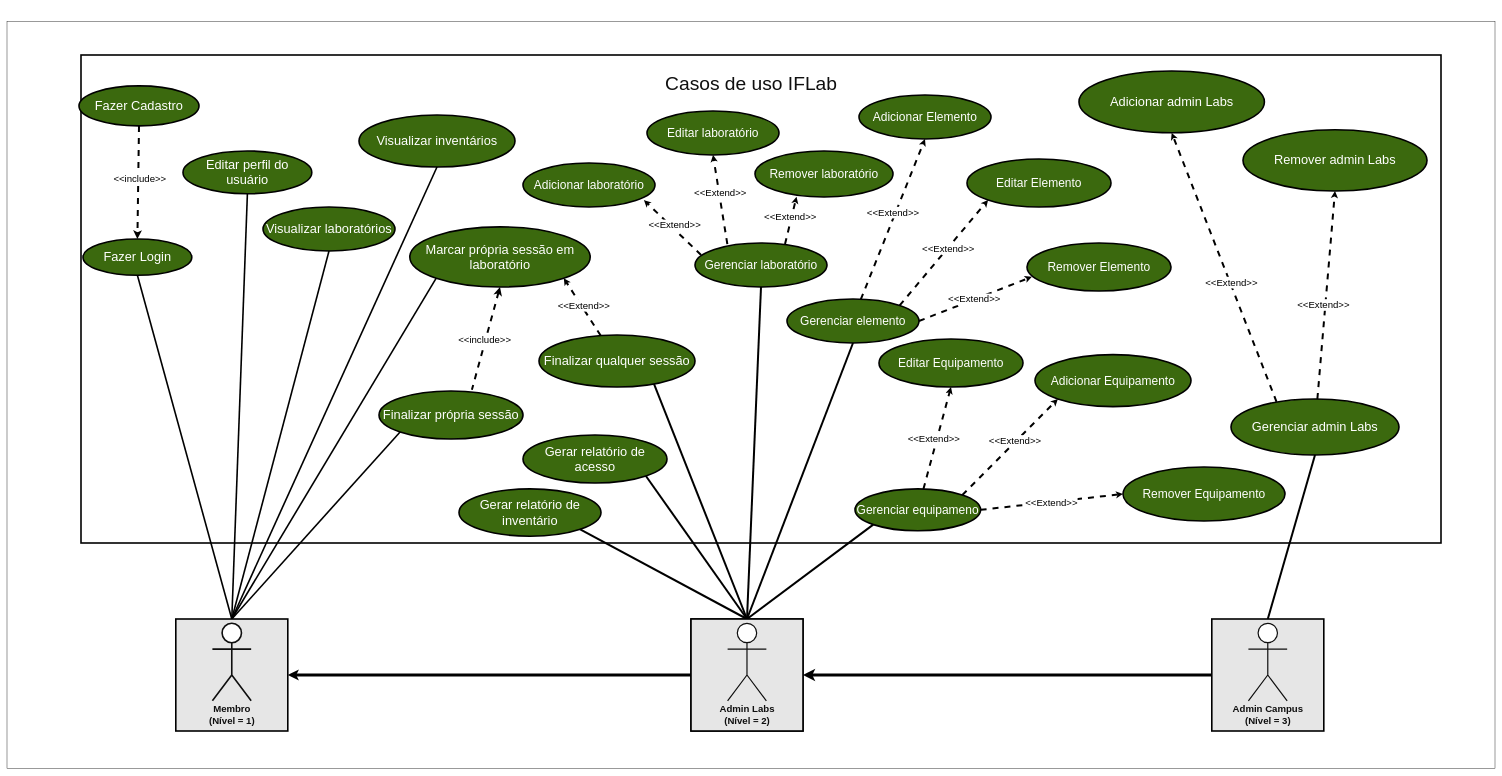
Earlier version of the draw.io diagram diagrams/usecase.drawio (MatheusCamargoGinebro/APIFlab). Source tidied: cells renumbered, new cells numbered last; positions are measured from the earlier drawing's top-left corner, leaving out a move shared by most shapes. Both pictures are drawn from the tidied source at 40%, with x=0, y=0 at pixel (7, 21).
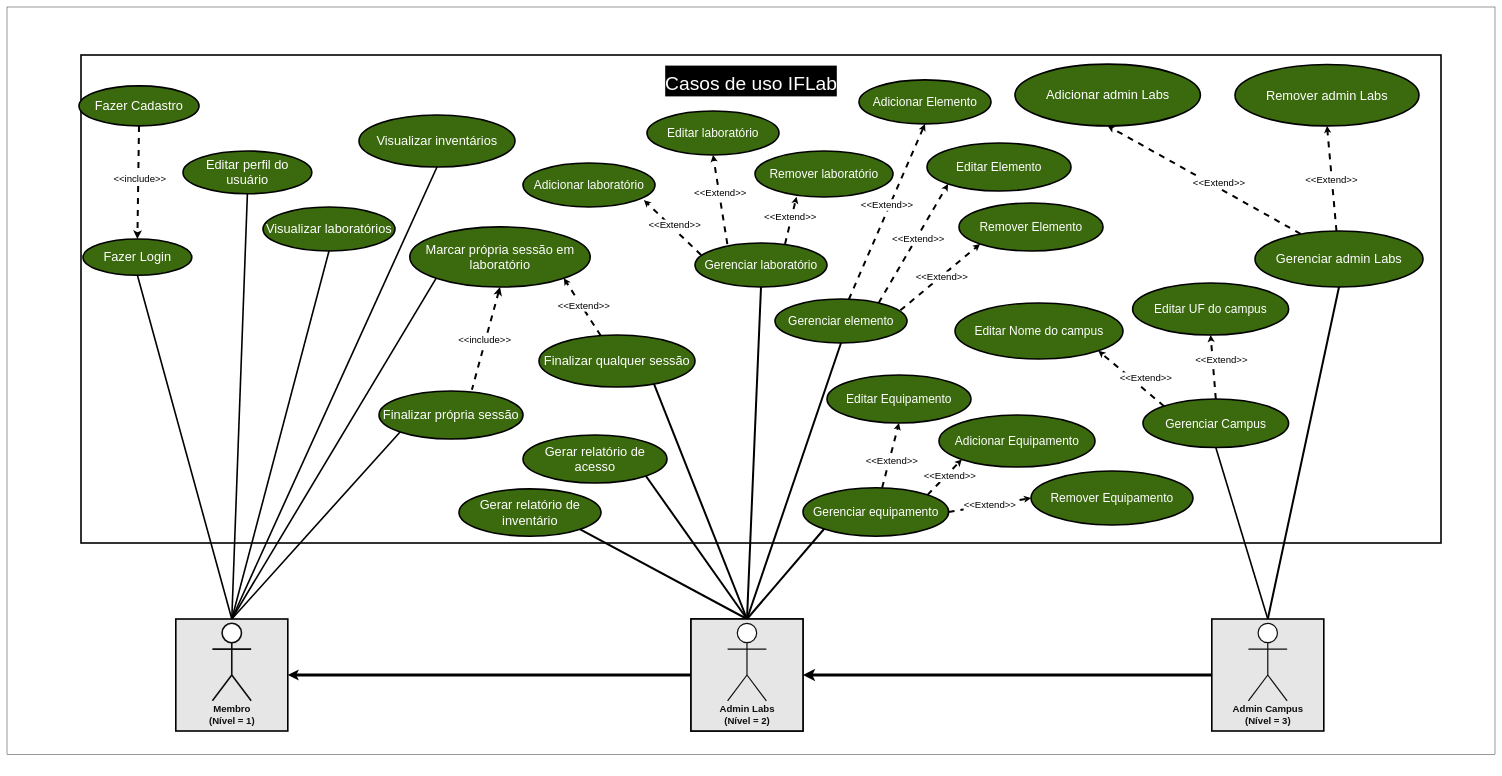
Above is the later version.

Commit message:
Update 'iflab.sql' to allow nullable 'Descricao' field

Unchanged cells that the change refers to:
```xml
<mxCell id="60" style="whiteSpace=wrap;html=1;shadow=0;glass=0;rounded=0;strokeWidth=4;fillColor=#E6E6E6;" parent="59" vertex="1">
  <mxGeometry width="280" height="280" as="geometry" />
</mxCell>
```

Diff of the diagram source:
```diff
@@
     <mxCell id="2" style="rounded=0;whiteSpace=wrap;html=1;fontSize=24;" parent="1" vertex="1">
-      <mxGeometry y="-0.5" width="3720" height="1869" as="geometry" />
+      <mxGeometry y="-36" width="3720" height="1869" as="geometry" />
     </mxCell>
@@
-    <mxCell id="4" value="&lt;font style=&quot;font-size: 48px;&quot;&gt;Casos de uso IFLab&lt;/font&gt;" style="text;html=1;align=center;verticalAlign=middle;strokeColor=none;fillColor=none;fontSize=64;fontColor=#0F0F0F;fontStyle=0;" parent="1" vertex="1">
+    <mxCell id="4" value="&lt;font style=&quot;font-size: 48px;&quot;&gt;Casos de uso IFLab&lt;/font&gt;" style="text;html=1;align=center;verticalAlign=middle;strokeColor=none;fillColor=none;fontSize=64;fontColor=#FFFFFF;fontStyle=0;labelBackgroundColor=#000000;" parent="1" vertex="1">
       <mxGeometry x="1635" y="104" width="450" height="90" as="geometry" />
     </mxCell>
@@
     <mxCell id="27" value="Adicionar Elemento" style="ellipse;whiteSpace=wrap;html=1;fontSize=30;fillColor=#3B690E;fontColor=#ffffff;strokeColor=#000000;strokeWidth=4;" parent="1" vertex="1">
-      <mxGeometry x="2130" y="184" width="330" height="110" as="geometry" />
+      <mxGeometry x="2130" y="146.3" width="330" height="110" as="geometry" />
     </mxCell>
     <mxCell id="28" value="Remover Elemento" style="ellipse;whiteSpace=wrap;html=1;fontSize=30;fillColor=#3B690E;fontColor=#ffffff;strokeColor=#000000;strokeWidth=4;" parent="1" vertex="1">
-      <mxGeometry x="2550" y="554" width="360" height="120" as="geometry" />
+      <mxGeometry x="2380" y="454" width="360" height="120" as="geometry" />
     </mxCell>
     <mxCell id="29" value="Editar Elemento" style="ellipse;whiteSpace=wrap;html=1;fontSize=30;fillColor=#3B690E;fontColor=#ffffff;strokeColor=#000000;strokeWidth=4;" parent="1" vertex="1">
-      <mxGeometry x="2400" y="344" width="360" height="120" as="geometry" />
+      <mxGeometry x="2300" y="304" width="360" height="120" as="geometry" />
     </mxCell>
     <mxCell id="30" value="Adicionar Equipamento" style="ellipse;whiteSpace=wrap;html=1;fontSize=30;fillColor=#3B690E;fontColor=#ffffff;strokeColor=#000000;strokeWidth=4;" parent="1" vertex="1">
-      <mxGeometry x="2570" y="833" width="390" height="130" as="geometry" />
+      <mxGeometry x="2330" y="984" width="390" height="130" as="geometry" />
     </mxCell>
     <mxCell id="31" value="Remover Equipamento" style="ellipse;whiteSpace=wrap;html=1;fontSize=30;fillColor=#3B690E;fontColor=#ffffff;strokeColor=#000000;strokeWidth=4;" parent="1" vertex="1">
-      <mxGeometry x="2790" y="1114" width="405" height="135" as="geometry" />
+      <mxGeometry x="2560" y="1124" width="405" height="135" as="geometry" />
     </mxCell>
     <mxCell id="32" value="Editar Equipamento" style="ellipse;whiteSpace=wrap;html=1;fontSize=30;fillColor=#3B690E;fontColor=#ffffff;strokeColor=#000000;strokeWidth=4;" parent="1" vertex="1">
-      <mxGeometry x="2180" y="794" width="360" height="120" as="geometry" />
+      <mxGeometry x="2050" y="884" width="360" height="120" as="geometry" />
     </mxCell>
@@
     <mxCell id="35" value="Gerenciar admin Labs" style="ellipse;whiteSpace=wrap;html=1;fontSize=32;fillColor=#3B690E;fontColor=#ffffff;strokeColor=#000000;strokeWidth=4;" parent="1" vertex="1">
-      <mxGeometry x="3060" y="944" width="420" height="140" as="geometry" />
+      <mxGeometry x="3120" y="524" width="420" height="140" as="geometry" />
     </mxCell>
@@
     <mxCell id="42" value="Gerenciar elemento" style="ellipse;whiteSpace=wrap;html=1;fontSize=30;fillColor=#3B690E;fontColor=#ffffff;strokeColor=#000000;strokeWidth=4;" parent="1" vertex="1">
-      <mxGeometry x="1950" y="694" width="330" height="110" as="geometry" />
+      <mxGeometry x="1920" y="694" width="330" height="110" as="geometry" />
     </mxCell>
-    <mxCell id="43" value="&amp;lt;&amp;lt;Extend&amp;gt;&amp;gt;" style="html=1;verticalAlign=bottom;labelBackgroundColor=default;endArrow=classic;endFill=1;dashed=1;strokeWidth=5;fontSize=24;startSize=6;endSize=2;elbow=vertical;exitX=1;exitY=0.5;exitDx=0;exitDy=0;entryX=0.034;entryY=0.705;entryDx=0;entryDy=0;startArrow=none;startFill=0;entryPerimeter=0;" parent="1" edge="1" source="42" target="28">
+    <mxCell id="43" value="&amp;lt;&amp;lt;Extend&amp;gt;&amp;gt;" style="html=1;verticalAlign=bottom;labelBackgroundColor=default;endArrow=classic;endFill=1;dashed=1;strokeWidth=5;fontSize=24;startSize=6;endSize=2;elbow=vertical;exitX=0.95;exitY=0.258;exitDx=0;exitDy=0;entryX=0;entryY=1;entryDx=0;entryDy=0;startArrow=none;startFill=0;exitPerimeter=0;" parent="1" edge="1" source="42" target="28">
       <mxGeometry x="-0.06" y="-16" relative="1" as="geometry" />
     </mxCell>
-    <mxCell id="44" value="&amp;lt;&amp;lt;Extend&amp;gt;&amp;gt;" style="html=1;verticalAlign=bottom;labelBackgroundColor=default;endArrow=classic;endFill=1;dashed=1;strokeWidth=5;fontSize=24;startSize=6;endSize=2;elbow=vertical;exitX=1;exitY=0;exitDx=0;exitDy=0;startArrow=none;startFill=0;entryX=0;entryY=1;entryDx=0;entryDy=0;" parent="1" edge="1" source="42" target="29">
+    <mxCell id="44" value="&amp;lt;&amp;lt;Extend&amp;gt;&amp;gt;" style="html=1;verticalAlign=bottom;labelBackgroundColor=default;endArrow=classic;endFill=1;dashed=1;strokeWidth=5;fontSize=24;startSize=6;endSize=2;elbow=vertical;exitX=0.785;exitY=0.09;exitDx=0;exitDy=0;startArrow=none;startFill=0;entryX=0;entryY=1;entryDx=0;entryDy=0;exitPerimeter=0;" parent="1" edge="1" source="42" target="29">
       <mxGeometry x="0.01" y="-13" relative="1" as="geometry" />
     </mxCell>
@@
-    <mxCell id="46" value="Gerenciar equipameno" style="ellipse;whiteSpace=wrap;html=1;fontSize=30;fillColor=#3B690E;fontColor=#ffffff;strokeColor=#000000;strokeWidth=4;" parent="1" vertex="1">
-      <mxGeometry x="2120" y="1168.7" width="314" height="104.7" as="geometry" />
+    <mxCell id="46" value="Gerenciar equipamento" style="ellipse;whiteSpace=wrap;html=1;fontSize=30;fillColor=#3B690E;fontColor=#ffffff;strokeColor=#000000;strokeWidth=4;" parent="1" vertex="1">
+      <mxGeometry x="1990" y="1165.7" width="364" height="121.3" as="geometry" />
     </mxCell>
     <mxCell id="47" value="&amp;lt;&amp;lt;Extend&amp;gt;&amp;gt;" style="html=1;verticalAlign=bottom;labelBackgroundColor=default;endArrow=classic;endFill=1;dashed=1;strokeWidth=5;fontSize=24;startSize=6;endSize=2;elbow=vertical;entryX=0.5;entryY=1;entryDx=0;entryDy=0;startArrow=none;startFill=0;" parent="1" edge="1" source="46" target="32">
-      <mxGeometry x="-0.16" y="3" relative="1" as="geometry" />
+      <mxGeometry x="-0.36" y="-11" relative="1" as="geometry" />
     </mxCell>
     <mxCell id="48" value="&amp;lt;&amp;lt;Extend&amp;gt;&amp;gt;" style="html=1;verticalAlign=bottom;labelBackgroundColor=default;endArrow=classic;endFill=1;dashed=1;strokeWidth=5;fontSize=24;startSize=6;endSize=2;elbow=vertical;exitX=1;exitY=0;exitDx=0;exitDy=0;startArrow=none;startFill=0;entryX=0;entryY=1;entryDx=0;entryDy=0;" parent="1" edge="1" source="46" target="30">
-      <mxGeometry x="0.04" y="-10" relative="1" as="geometry" />
+      <mxGeometry x="-0.02" y="-20" relative="1" as="geometry" />
     </mxCell>
@@
     <mxCell id="51" value="Adicionar admin Labs" style="ellipse;whiteSpace=wrap;html=1;fontSize=32;fillColor=#3B690E;fontColor=#ffffff;strokeColor=#000000;strokeWidth=4;" parent="1" vertex="1">
-      <mxGeometry x="2680" y="124" width="463.5" height="154.5" as="geometry" />
+      <mxGeometry x="2520" y="106.8" width="463.5" height="154.5" as="geometry" />
     </mxCell>
     <mxCell id="52" value="Remover admin Labs" style="ellipse;whiteSpace=wrap;html=1;fontSize=32;fillColor=#3B690E;fontColor=#ffffff;strokeColor=#000000;strokeWidth=4;" parent="1" vertex="1">
-      <mxGeometry x="3090" y="270.7" width="460" height="153.3" as="geometry" />
+      <mxGeometry x="3070" y="107.9" width="460" height="153.3" as="geometry" />
     </mxCell>
@@
+    <mxCell id="68" value="Editar UF do campus" style="ellipse;whiteSpace=wrap;html=1;fontSize=30;fillColor=#3B690E;fontColor=#ffffff;strokeColor=#000000;strokeWidth=4;" parent="1" vertex="1">
+      <mxGeometry x="2814" y="654" width="390" height="130" as="geometry" />
+    </mxCell>
+    <mxCell id="69" value="Editar Nome do campus" style="ellipse;whiteSpace=wrap;html=1;fontSize=30;fillColor=#3B690E;fontColor=#ffffff;strokeColor=#000000;strokeWidth=4;" parent="1" vertex="1">
+      <mxGeometry x="2370" y="704" width="420" height="140" as="geometry" />
+    </mxCell>
+    <mxCell id="70" value="Gerenciar Campus" style="ellipse;whiteSpace=wrap;html=1;fontSize=30;fillColor=#3B690E;fontColor=#ffffff;strokeColor=#000000;strokeWidth=4;" parent="1" vertex="1">
+      <mxGeometry x="2840" y="944" width="364" height="121.3" as="geometry" />
+    </mxCell>
+    <mxCell id="71" value="&amp;lt;&amp;lt;Extend&amp;gt;&amp;gt;" style="html=1;verticalAlign=bottom;labelBackgroundColor=default;endArrow=classic;endFill=1;dashed=1;strokeWidth=5;fontSize=24;startSize=6;endSize=2;elbow=vertical;entryX=1;entryY=1;entryDx=0;entryDy=0;startArrow=none;startFill=0;exitX=0;exitY=0;exitDx=0;exitDy=0;" parent="1" edge="1" source="70" target="69">
+      <mxGeometry x="-0.36" y="-11" relative="1" as="geometry" />
+    </mxCell>
+    <mxCell id="72" value="&amp;lt;&amp;lt;Extend&amp;gt;&amp;gt;" style="html=1;verticalAlign=bottom;labelBackgroundColor=default;endArrow=classic;endFill=1;dashed=1;strokeWidth=5;fontSize=24;startSize=6;endSize=2;elbow=vertical;exitX=0.5;exitY=0;exitDx=0;exitDy=0;startArrow=none;startFill=0;entryX=0.5;entryY=1;entryDx=0;entryDy=0;" parent="1" edge="1" source="70" target="68">
+      <mxGeometry x="-0.02" y="-20" relative="1" as="geometry" />
+    </mxCell>
+    <mxCell id="73" style="edgeStyle=none;html=1;entryX=0.5;entryY=1;entryDx=0;entryDy=0;fontColor=#FFFFFF;strokeWidth=4;endArrow=none;endFill=0;exitX=0.5;exitY=0;exitDx=0;exitDy=0;" parent="1" edge="1" source="60" target="70">
+      <mxGeometry relative="1" as="geometry" />
+    </mxCell>
```
